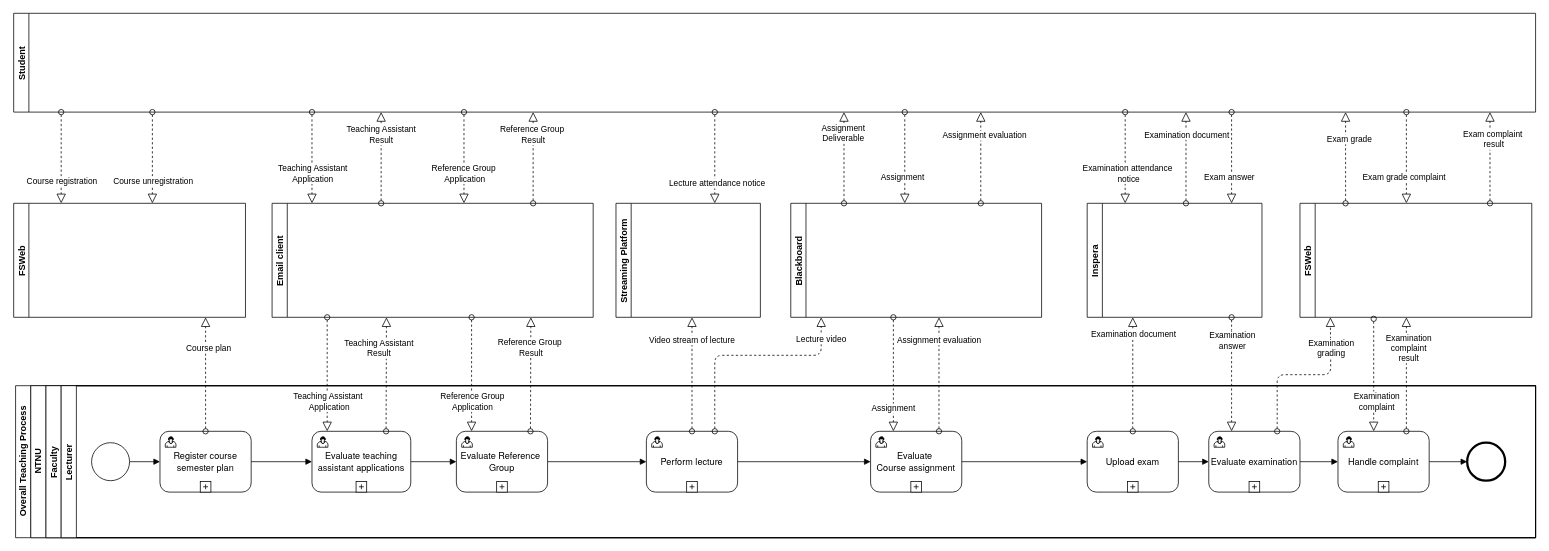
The draw.io diagram overall_teaching_process.drawio in gullskatten/BPMN-models, before the edit. Source tidied: cells renumbered, new cells numbered last; positions are measured from the earlier drawing's top-left corner, leaving out a move shared by most shapes. Both pictures are drawn from the tidied source at 76%, with x=0, y=0 at pixel (14, 13).
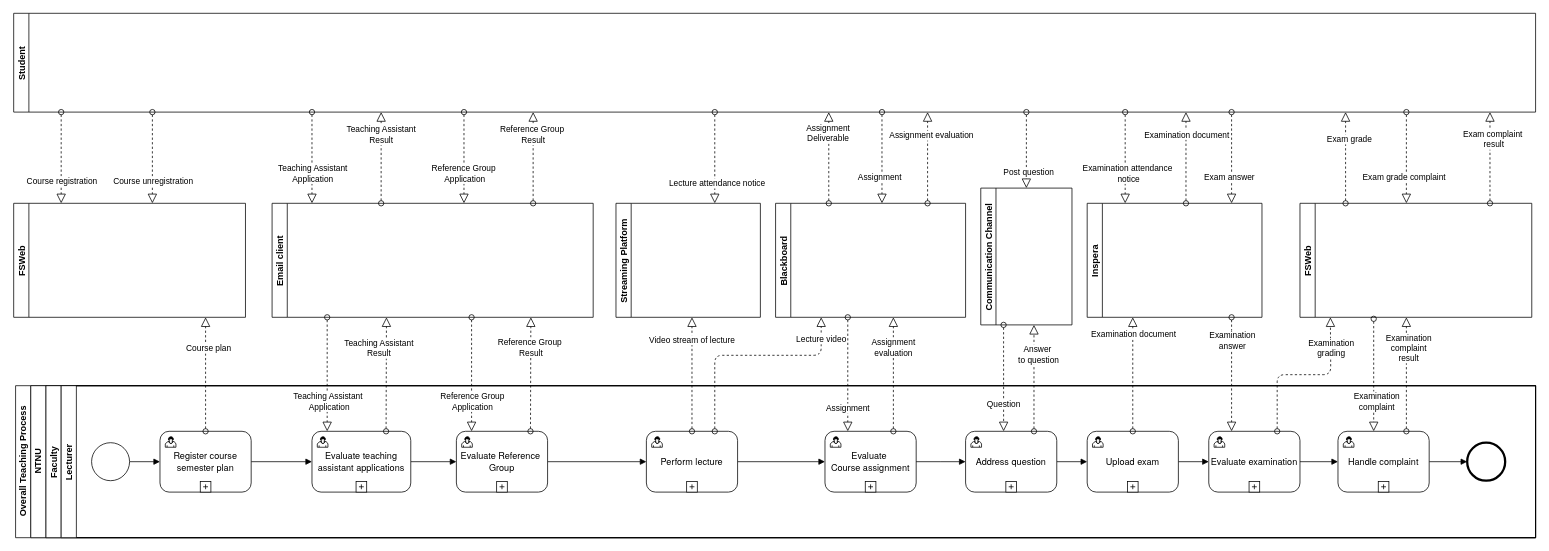
The same diagram, later.

Unchanged cells that the change refers to:
```xml
<mxCell id="5" value="Lecturer" style="swimlane;startSize=20;horizontal=0;" parent="4" vertex="1">
  <mxGeometry x="20" width="1940" height="200" as="geometry" />
</mxCell>
<mxCell id="12" value="&lt;span style=&quot;font-family: &amp;#34;helvetica neue&amp;#34;&quot;&gt;Upload exam&lt;br&gt;&lt;/span&gt;" style="html=1;whiteSpace=wrap;rounded=1;" parent="5" vertex="1">
  <mxGeometry x="1350" y="60" width="120" height="80" as="geometry" />
</mxCell>
```

The edit, as a diff of the source:
```diff
@@
+    <mxCell id="100" style="edgeStyle=orthogonalEdgeStyle;rounded=0;jettySize=auto;html=1;entryX=0;entryY=0.5;entryDx=0;entryDy=0;endArrow=block;endFill=1;" parent="5" edge="1" source="101" target="12">
+      <mxGeometry relative="1" as="geometry" />
+    </mxCell>
+    <mxCell id="101" value="&lt;span style=&quot;font-family: &amp;#34;helvetica neue&amp;#34;&quot;&gt;Address question&lt;br&gt;&lt;/span&gt;" style="html=1;whiteSpace=wrap;rounded=1;" parent="5" vertex="1">
+      <mxGeometry x="1190" y="60" width="120" height="80" as="geometry" />
+    </mxCell>
+    <mxCell id="102" style="html=1;shape=mxgraph.bpmn.user_task;" parent="101" vertex="1">
+      <mxGeometry width="14" height="14" relative="1" as="geometry">
+        <mxPoint x="7" y="7" as="offset" />
+      </mxGeometry>
+    </mxCell>
+    <mxCell id="103" style="html=1;shape=plus;" parent="101" vertex="1">
+      <mxGeometry x="0.5" y="1" width="14" height="14" relative="1" as="geometry">
+        <mxPoint x="-7" y="-14" as="offset" />
+      </mxGeometry>
+    </mxCell>
+    <mxCell id="33" value="&lt;span style=&quot;font-family: &amp;#34;helvetica neue&amp;#34;&quot;&gt;Evaluate&amp;nbsp;&lt;br&gt;Course assignment&lt;br&gt;&lt;/span&gt;" style="html=1;whiteSpace=wrap;rounded=1;" parent="5" vertex="1">
+      <mxGeometry x="1005" y="60" width="120" height="80" as="geometry" />
+    </mxCell>
+    <mxCell id="34" style="html=1;shape=mxgraph.bpmn.user_task;" parent="33" vertex="1">
+      <mxGeometry width="14" height="14" relative="1" as="geometry">
+        <mxPoint x="7" y="7" as="offset" />
+      </mxGeometry>
+    </mxCell>
+    <mxCell id="35" style="html=1;shape=plus;" parent="33" vertex="1">
+      <mxGeometry x="0.5" y="1" width="14" height="14" relative="1" as="geometry">
+        <mxPoint x="-7" y="-14" as="offset" />
+      </mxGeometry>
+    </mxCell>
@@
-    <mxCell id="32" style="edgeStyle=orthogonalEdgeStyle;rounded=0;jettySize=auto;html=1;entryX=0;entryY=0.5;entryDx=0;entryDy=0;endArrow=block;endFill=1;" parent="5" edge="1" source="33" target="12">
-      <mxGeometry relative="1" as="geometry" />
+    <mxCell id="32" style="edgeStyle=orthogonalEdgeStyle;rounded=0;jettySize=auto;html=1;endArrow=block;endFill=1;" parent="5" edge="1" source="33">
+      <mxGeometry relative="1" as="geometry">
+        <mxPoint x="1190" y="100" as="targetPoint" />
+      </mxGeometry>
     </mxCell>
-    <mxCell id="33" value="&lt;span style=&quot;font-family: &amp;#34;helvetica neue&amp;#34;&quot;&gt;Evaluate&amp;nbsp;&lt;br&gt;Course assignment&lt;br&gt;&lt;/span&gt;" style="html=1;whiteSpace=wrap;rounded=1;" parent="5" vertex="1">
-      <mxGeometry x="1065" y="60" width="120" height="80" as="geometry" />
-    </mxCell>
-    <mxCell id="34" style="html=1;shape=mxgraph.bpmn.user_task;" parent="33" vertex="1">
-      <mxGeometry width="14" height="14" relative="1" as="geometry">
-        <mxPoint x="7" y="7" as="offset" />
-      </mxGeometry>
-    </mxCell>
-    <mxCell id="35" style="html=1;shape=plus;" parent="33" vertex="1">
-      <mxGeometry x="0.5" y="1" width="14" height="14" relative="1" as="geometry">
-        <mxPoint x="-7" y="-14" as="offset" />
-      </mxGeometry>
-    </mxCell>
@@
     <mxCell id="64" value="Blackboard" style="swimlane;startSize=20;horizontal=0;" parent="1" vertex="1">
-      <mxGeometry x="1022" y="250" width="330" height="150" as="geometry" />
+      <mxGeometry x="1002" y="250" width="250" height="150" as="geometry" />
     </mxCell>
+    <mxCell id="68" style="startArrow=oval;startFill=0;startSize=7;endArrow=block;endFill=0;endSize=10;dashed=1;html=1;" parent="64" edge="1">
+      <mxGeometry relative="1" as="geometry">
+        <mxPoint x="70" as="sourcePoint" />
+        <mxPoint x="70" y="-120" as="targetPoint" />
+      </mxGeometry>
+    </mxCell>
+    <mxCell id="69" value="Assignment &lt;br&gt;Deliverable" style="edgeLabel;html=1;align=center;verticalAlign=middle;" parent="68" vertex="1">
+      <mxGeometry x="0.55" y="2" relative="1" as="geometry" />
+    </mxCell>
@@
-    <mxCell id="66" value="Assignment evaluation" style="startArrow=oval;startFill=0;startSize=7;endArrow=block;endFill=0;endSize=10;dashed=1;html=1;exitX=0.75;exitY=0;exitDx=0;exitDy=0;" parent="1" edge="1" source="33">
-      <mxGeometry x="0.6" relative="1" as="geometry">
-        <mxPoint x="1217" y="400" as="targetPoint" />
+    <mxCell id="66" value="Assignment &lt;br&gt;evaluation" style="startArrow=oval;startFill=0;startSize=7;endArrow=block;endFill=0;endSize=10;dashed=1;html=1;exitX=0.75;exitY=0;exitDx=0;exitDy=0;" parent="1" edge="1" source="33">
+      <mxGeometry x="0.47" relative="1" as="geometry">
+        <mxPoint x="1157" y="400" as="targetPoint" />
       </mxGeometry>
     </mxCell>
     <mxCell id="67" value="Assignment" style="startArrow=oval;startFill=0;startSize=7;endArrow=block;endFill=0;endSize=10;dashed=1;html=1;entryX=0.25;entryY=0;entryDx=0;entryDy=0;" parent="1" edge="1" target="33">
       <mxGeometry x="0.6" relative="1" as="geometry">
-        <mxPoint x="1157" y="400" as="sourcePoint" />
+        <mxPoint x="1097" y="400" as="sourcePoint" />
       </mxGeometry>
     </mxCell>
-    <mxCell id="68" style="startArrow=oval;startFill=0;startSize=7;endArrow=block;endFill=0;endSize=10;dashed=1;html=1;" parent="1" edge="1">
-      <mxGeometry relative="1" as="geometry">
-        <mxPoint x="1092" y="250" as="sourcePoint" />
-        <mxPoint x="1092" y="130" as="targetPoint" />
-      </mxGeometry>
-    </mxCell>
-    <mxCell id="69" value="Assignment &lt;br&gt;Deliverable" style="edgeLabel;html=1;align=center;verticalAlign=middle;" parent="68" vertex="1">
-      <mxGeometry x="0.55" y="2" relative="1" as="geometry" />
-    </mxCell>
     <mxCell id="70" style="startArrow=oval;startFill=0;startSize=7;endArrow=block;endFill=0;endSize=10;dashed=1;html=1;" parent="1" edge="1">
       <mxGeometry relative="1" as="geometry">
-        <mxPoint x="1172" y="130" as="sourcePoint" />
-        <mxPoint x="1172" y="250" as="targetPoint" />
+        <mxPoint x="1142" y="130" as="sourcePoint" />
+        <mxPoint x="1142" y="250" as="targetPoint" />
       </mxGeometry>
     </mxCell>
@@
     <mxCell id="72" style="startArrow=oval;startFill=0;startSize=7;endArrow=block;endFill=0;endSize=10;dashed=1;html=1;" parent="1" edge="1">
       <mxGeometry relative="1" as="geometry">
-        <mxPoint x="1272" y="250" as="sourcePoint" />
-        <mxPoint x="1272" y="130" as="targetPoint" />
+        <mxPoint x="1202" y="250" as="sourcePoint" />
+        <mxPoint x="1202" y="130" as="targetPoint" />
       </mxGeometry>
     </mxCell>
@@
+    <mxCell id="104" value="Communication Channel" style="swimlane;startSize=20;horizontal=0;" parent="1" vertex="1">
+      <mxGeometry x="1272" y="230" width="120" height="180" as="geometry" />
+    </mxCell>
+    <mxCell id="105" style="startArrow=oval;startFill=0;startSize=7;endArrow=block;endFill=0;endSize=10;dashed=1;html=1;entryX=0.5;entryY=0;entryDx=0;entryDy=0;" parent="104" edge="1" target="104">
+      <mxGeometry relative="1" as="geometry">
+        <mxPoint x="60" y="-100" as="sourcePoint" />
+      </mxGeometry>
+    </mxCell>
+    <mxCell id="106" value="Post question" style="edgeLabel;html=1;align=center;verticalAlign=middle;" parent="105" vertex="1">
+      <mxGeometry x="0.55" y="2" relative="1" as="geometry" />
+    </mxCell>
+    <mxCell id="107" style="startArrow=oval;startFill=0;startSize=7;endArrow=block;endFill=0;endSize=10;dashed=1;html=1;exitX=0.75;exitY=0;exitDx=0;exitDy=0;" parent="1" edge="1" source="101">
+      <mxGeometry relative="1" as="geometry">
+        <mxPoint x="1342" y="410" as="targetPoint" />
+      </mxGeometry>
+    </mxCell>
+    <mxCell id="108" value="Answer&amp;nbsp;&lt;br&gt;to question" style="edgeLabel;html=1;align=center;verticalAlign=middle;" parent="107" vertex="1">
+      <mxGeometry x="0.45" y="-5" relative="1" as="geometry" />
+    </mxCell>
+    <mxCell id="109" style="startArrow=oval;startFill=0;startSize=7;endArrow=block;endFill=0;endSize=10;dashed=1;html=1;exitX=0.25;exitY=1;exitDx=0;exitDy=0;entryX=0.417;entryY=0;entryDx=0;entryDy=0;entryPerimeter=0;" parent="1" edge="1" source="104" target="101">
+      <mxGeometry relative="1" as="geometry" />
+    </mxCell>
+    <mxCell id="110" value="Question" style="edgeLabel;html=1;align=center;verticalAlign=middle;" parent="109" vertex="1">
+      <mxGeometry x="0.47" y="-1" relative="1" as="geometry" />
+    </mxCell>
```
